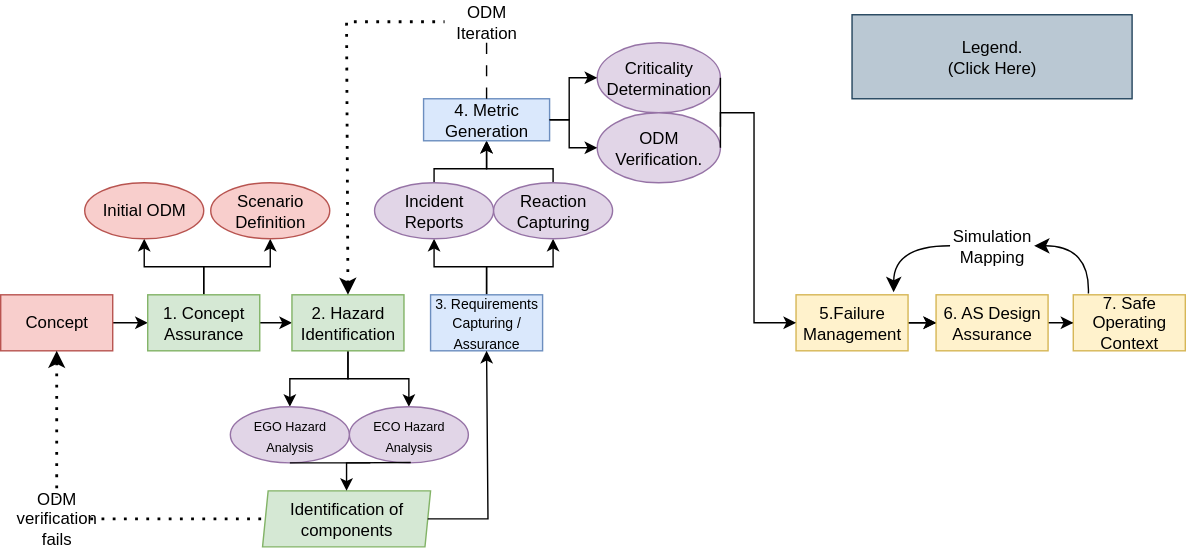
The draw.io diagram assets/sacred-B170GjVk.svg in TortoiseFather/sacred-site, before a commit. Source tidied: cells renumbered, new cells last; positions are measured from the earlier drawing's top-left corner, leaving out a move shared by most shapes.
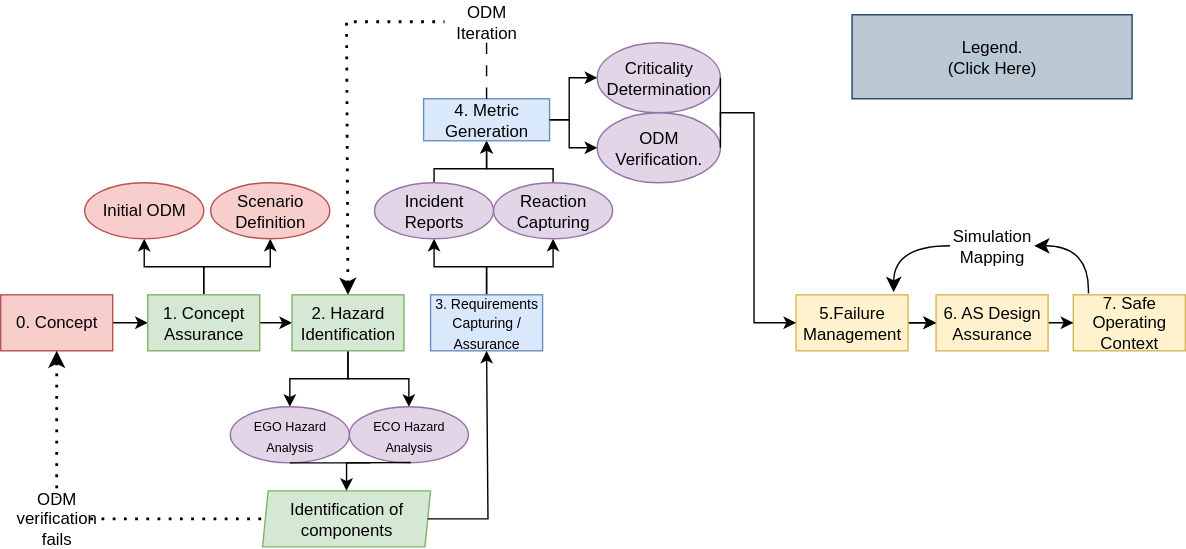
Above is the later version.

What changed in the source:
```diff
@@ -5,7 +5,7 @@
     <mxCell id="2" style="edgeStyle=orthogonalEdgeStyle;rounded=0;jettySize=auto;html=1;" parent="1" edge="1" source="3" target="7">
       <mxGeometry relative="1" as="geometry" />
     </mxCell>
-    <mxCell id="3" value="Concept" style="rounded=0;whiteSpace=wrap;html=1;fillColor=#f8cecc;strokeColor=#b85450;" parent="1" vertex="1">
+    <mxCell id="3" value="0. Concept" style="rounded=0;whiteSpace=wrap;html=1;fillColor=#f8cecc;strokeColor=#b85450;" parent="1" vertex="1">
       <mxGeometry y="210" width="80" height="40" as="geometry" />
     </mxCell>
     <mxCell id="4" style="edgeStyle=orthogonalEdgeStyle;rounded=0;jettySize=auto;html=1;" parent="1" edge="1" source="7" target="10">
```
